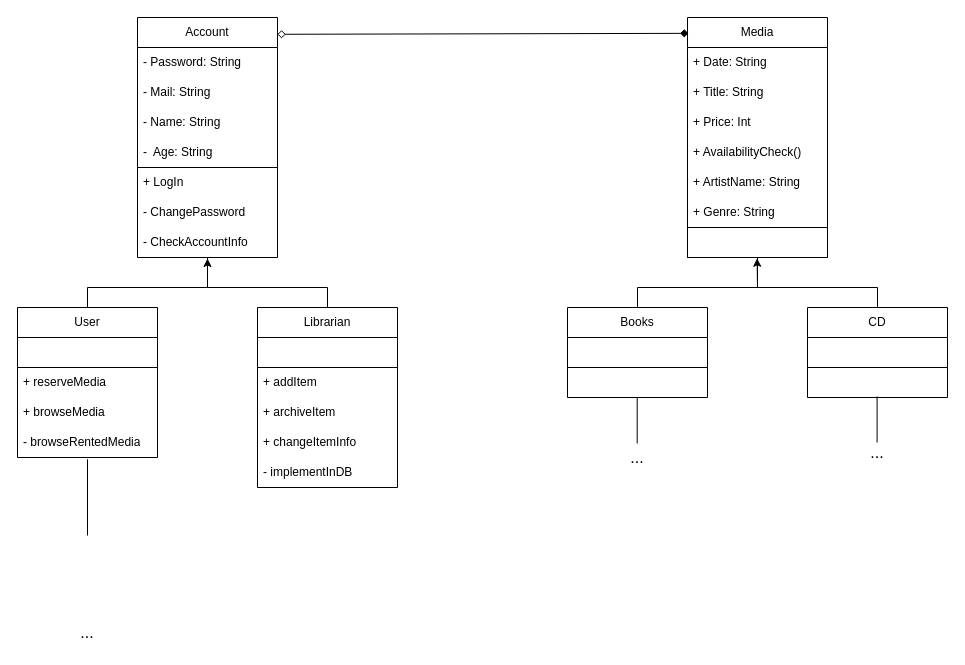
sraosha47/m226 keeps this draw.io diagram as Dokumentation/diagrams/class_library.drawio. Above is the earlier version. Source tidied: cells renumbered, new cells numbered last; positions are measured from the earlier drawing's top-left corner, leaving out a move shared by most shapes. Both pictures are drawn from the tidied source at 100%, with x=0, y=0 at pixel (17, 17).
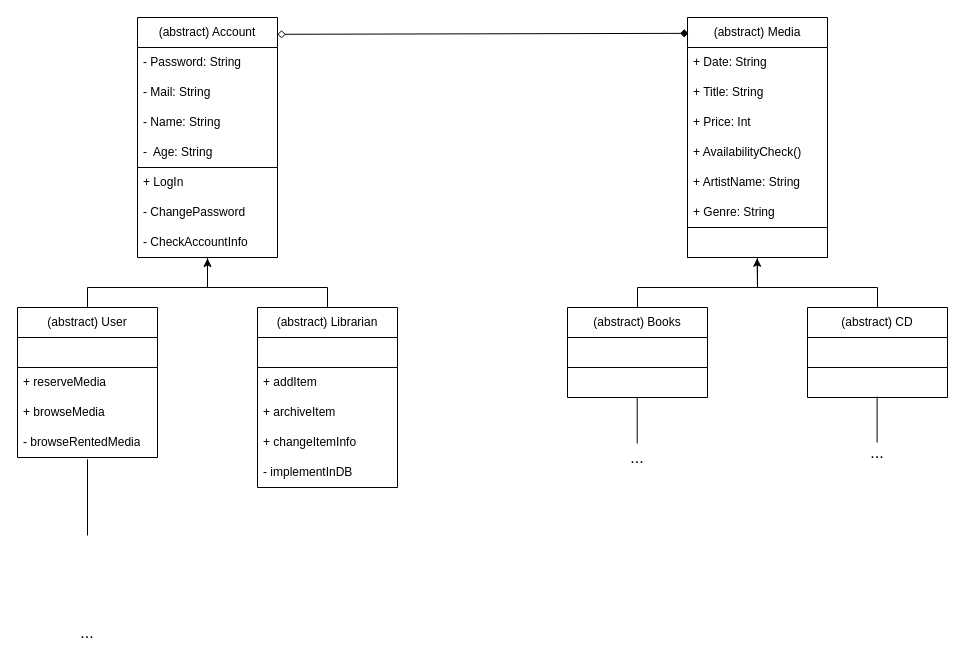
Above is the later version.

What changed in the source:
```diff
@@
-    <mxCell id="2" value="Account" style="swimlane;fontStyle=0;horizontal=1;startSize=30;whiteSpace=wrap;html=1;" parent="1" vertex="1">
+    <mxCell id="2" value="(abstract) Account" style="swimlane;fontStyle=0;horizontal=1;startSize=30;whiteSpace=wrap;html=1;" parent="1" vertex="1">
       <mxGeometry x="120" width="140" height="150" as="geometry" />
     </mxCell>
@@
-    <mxCell id="7" value="Media" style="swimlane;fontStyle=0;horizontal=1;startSize=30;whiteSpace=wrap;html=1;" parent="1" vertex="1">
+    <mxCell id="7" value="(abstract) Media" style="swimlane;fontStyle=0;horizontal=1;startSize=30;whiteSpace=wrap;html=1;" parent="1" vertex="1">
       <mxGeometry x="670" width="140" height="240" as="geometry" />
     </mxCell>
@@
-    <mxCell id="15" value="Books" style="swimlane;fontStyle=0;horizontal=1;startSize=30;whiteSpace=wrap;html=1;" parent="1" vertex="1">
+    <mxCell id="15" value="(abstract) Books" style="swimlane;fontStyle=0;horizontal=1;startSize=30;whiteSpace=wrap;html=1;" parent="1" vertex="1">
       <mxGeometry x="550" y="290" width="140" height="60" as="geometry" />
     </mxCell>
@@
-    <mxCell id="19" value="CD" style="swimlane;fontStyle=0;horizontal=1;startSize=30;whiteSpace=wrap;html=1;" parent="1" vertex="1">
+    <mxCell id="19" value="(abstract) CD" style="swimlane;fontStyle=0;horizontal=1;startSize=30;whiteSpace=wrap;html=1;" parent="1" vertex="1">
       <mxGeometry x="790" y="290" width="140" height="60" as="geometry" />
     </mxCell>
@@
-    <mxCell id="21" value="User" style="swimlane;fontStyle=0;horizontal=1;startSize=30;whiteSpace=wrap;html=1;" parent="1" vertex="1">
+    <mxCell id="21" value="(abstract) User" style="swimlane;fontStyle=0;horizontal=1;startSize=30;whiteSpace=wrap;html=1;" parent="1" vertex="1">
       <mxGeometry y="290" width="140" height="60" as="geometry" />
     </mxCell>
@@
-    <mxCell id="28" value="Librarian" style="swimlane;fontStyle=0;horizontal=1;startSize=30;whiteSpace=wrap;html=1;" parent="1" vertex="1">
+    <mxCell id="28" value="(abstract) Librarian" style="swimlane;fontStyle=0;horizontal=1;startSize=30;whiteSpace=wrap;html=1;" parent="1" vertex="1">
       <mxGeometry x="240" y="290" width="140" height="60" as="geometry" />
     </mxCell>
```
